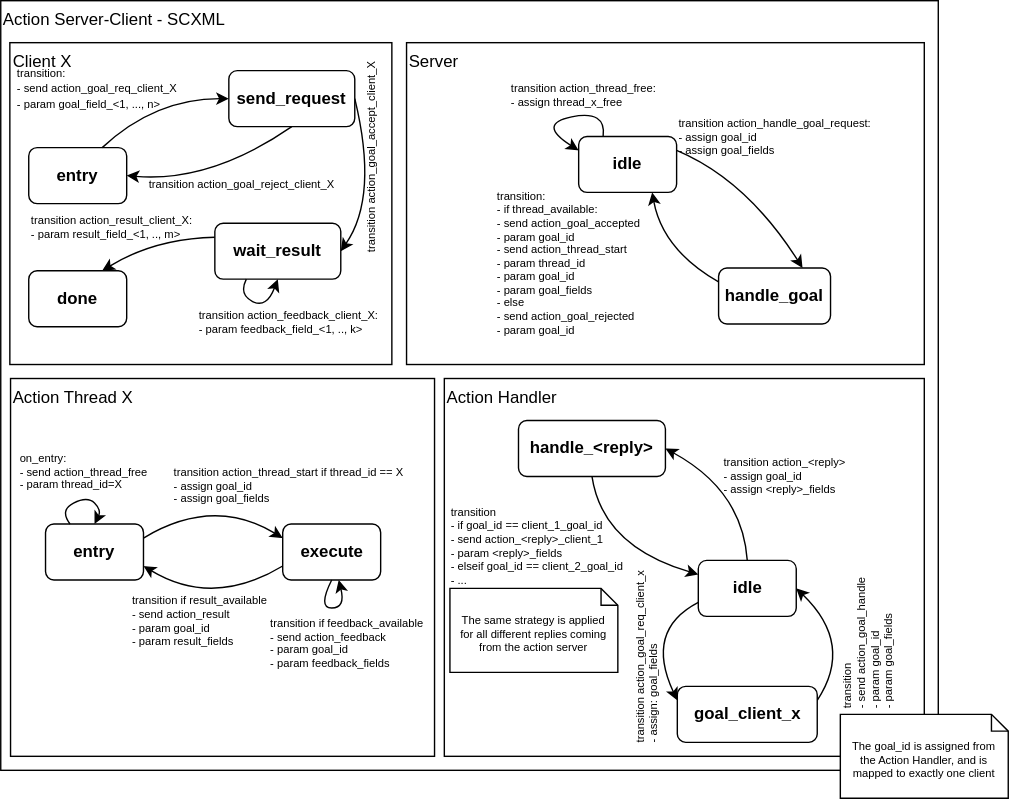
Earlier version of the draw.io export docs/source/graphics/ros_action_to_scxml.drawio.svg (convince-project/AS2FM). Source tidied: cells renumbered, new cells last; positions are measured from the earlier drawing's top-left corner, leaving out a move shared by most shapes.
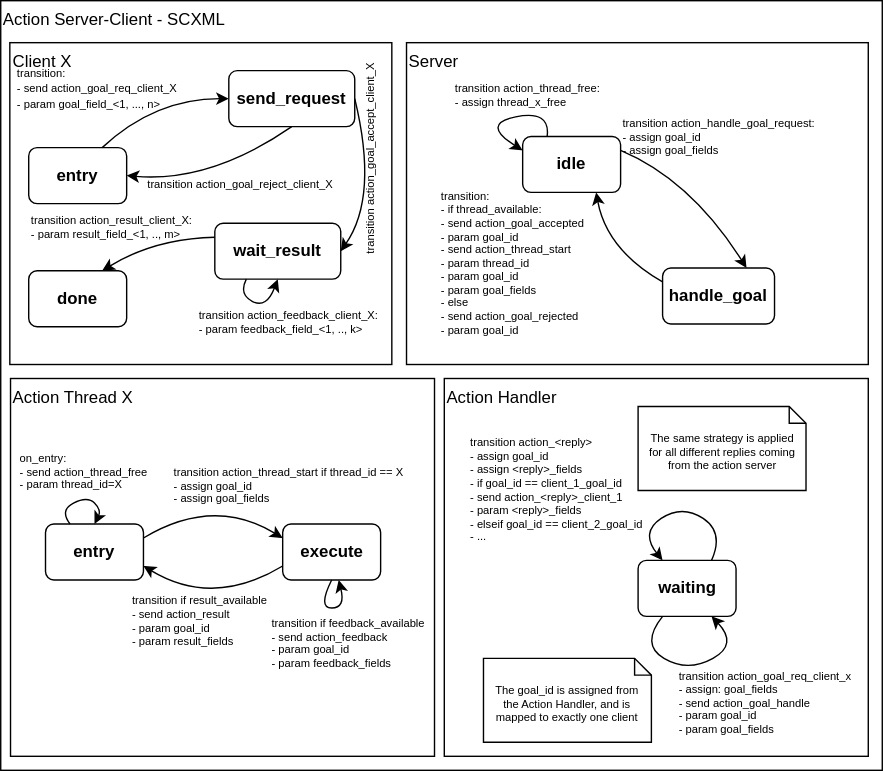
After the commit.

Commit message:
Prepare foundation for Ros Action Handler conversion

What changed in the source:
```diff
@@ -3,7 +3,7 @@
     <mxCell id="0" />
     <mxCell id="1" parent="0" />
     <mxCell id="2" value="Action Server-Client - SCXML" style="rounded=0;whiteSpace=wrap;html=1;labelPosition=center;verticalLabelPosition=middle;align=left;verticalAlign=top;" parent="1" vertex="1">
-      <mxGeometry width="670" height="550" as="geometry" />
+      <mxGeometry width="630" height="550" as="geometry" />
     </mxCell>
     <mxCell id="3" value="Action Thread X" style="rounded=0;whiteSpace=wrap;html=1;labelPosition=center;verticalLabelPosition=middle;align=left;verticalAlign=top;" parent="1" vertex="1">
       <mxGeometry x="7" y="270" width="303" height="270" as="geometry" />
@@ -41,18 +41,18 @@
       </mxGeometry>
     </mxCell>
     <mxCell id="8" value="Server" style="rounded=0;whiteSpace=wrap;html=1;labelPosition=center;verticalLabelPosition=middle;align=left;verticalAlign=top;" parent="1" vertex="1">
-      <mxGeometry x="290" y="30" width="370" height="230" as="geometry" />
+      <mxGeometry x="290" y="30" width="330" height="230" as="geometry" />
     </mxCell>
     <mxCell id="9" value="&lt;div style=&quot;text-align: left;&quot;&gt;&lt;span style=&quot;background-color: initial;&quot;&gt;transition action_handle_goal_request:&lt;/span&gt;&lt;/div&gt;&lt;div style=&quot;text-align: left;&quot;&gt;&lt;span style=&quot;background-color: initial;&quot;&gt;&amp;nbsp; - assign goal_id&lt;/span&gt;&lt;/div&gt;&lt;div style=&quot;text-align: left;&quot;&gt;&lt;span style=&quot;background-color: initial;&quot;&gt;&amp;nbsp; - assign goal_fields&lt;/span&gt;&lt;/div&gt;" style="edgeStyle=none;curved=1;html=1;exitX=1;exitY=0.25;exitDx=0;exitDy=0;entryX=0.75;entryY=0;entryDx=0;entryDy=0;labelBackgroundColor=none;fontSize=8;" parent="1" edge="1" source="10" target="24">
       <mxGeometry x="-0.16" y="36" relative="1" as="geometry">
         <Array as="points">
-          <mxPoint x="533" y="128" />
+          <mxPoint x="493" y="128" />
         </Array>
         <mxPoint x="-10" y="-11" as="offset" />
       </mxGeometry>
     </mxCell>
     <mxCell id="10" value="&lt;b&gt;idle&lt;/b&gt;" style="rounded=1;whiteSpace=wrap;html=1;align=center;" parent="1" vertex="1">
-      <mxGeometry x="413" y="97" width="70" height="40" as="geometry" />
+      <mxGeometry x="373" y="97" width="70" height="40" as="geometry" />
     </mxCell>
     <mxCell id="11" value="Client X" style="rounded=0;whiteSpace=wrap;html=1;labelPosition=center;verticalLabelPosition=middle;align=left;verticalAlign=top;" parent="1" vertex="1">
       <mxGeometry x="6.5" y="30" width="273" height="230" as="geometry" />
@@ -115,8 +115,8 @@
     <mxCell id="22" value="transition action_thread_free:&lt;br&gt;&amp;nbsp; - assign thread_x_free" style="edgeStyle=none;curved=1;html=1;exitX=0.25;exitY=0;exitDx=0;exitDy=0;entryX=0;entryY=0.25;entryDx=0;entryDy=0;labelBackgroundColor=none;fontSize=8;align=left;" parent="1" edge="1" source="10" target="10">
       <mxGeometry x="0.33" y="28" relative="1" as="geometry">
         <Array as="points">
-          <mxPoint x="433" y="78" />
-          <mxPoint x="383" y="88" />
+          <mxPoint x="393" y="78" />
+          <mxPoint x="343" y="88" />
         </Array>
         <mxPoint x="-35" y="4" as="offset" />
       </mxGeometry>
@@ -124,12 +124,12 @@
     <mxCell id="23" value="transition:&lt;br&gt;&amp;nbsp; - if thread_available:&lt;br&gt;&amp;nbsp; &amp;nbsp; - send action_goal_accepted&lt;br&gt;&amp;nbsp; &amp;nbsp; &amp;nbsp; - param goal_id&lt;br&gt;&amp;nbsp; &amp;nbsp; - send action_thread_start&lt;br&gt;&amp;nbsp; &amp;nbsp; &amp;nbsp; - param thread_id&lt;br&gt;&amp;nbsp; &amp;nbsp; &amp;nbsp; - param goal_id&lt;br&gt;&amp;nbsp; &amp;nbsp; &amp;nbsp; - param goal_fields&lt;br&gt;&amp;nbsp; - else&lt;br&gt;&amp;nbsp; &amp;nbsp; - send action_goal_rejected&lt;br&gt;&amp;nbsp; &amp;nbsp; &amp;nbsp; - param goal_id" style="edgeStyle=none;curved=1;html=1;exitX=0;exitY=0.25;exitDx=0;exitDy=0;entryX=0.75;entryY=1;entryDx=0;entryDy=0;labelBackgroundColor=none;fontSize=8;align=left;" parent="1" edge="1" source="24" target="10">
       <mxGeometry x="0.32" y="120" relative="1" as="geometry">
         <Array as="points">
-          <mxPoint x="473" y="178" />
+          <mxPoint x="433" y="178" />
         </Array>
       </mxGeometry>
     </mxCell>
     <mxCell id="24" value="&lt;b&gt;handle_goal&lt;/b&gt;" style="rounded=1;whiteSpace=wrap;html=1;align=center;" parent="1" vertex="1">
-      <mxGeometry x="513" y="191" width="80" height="40" as="geometry" />
+      <mxGeometry x="473" y="191" width="80" height="40" as="geometry" />
     </mxCell>
     <mxCell id="25" value="transition action_thread_start if thread_id == X&lt;br&gt;- assign goal_id&lt;br&gt;&lt;div style=&quot;&quot;&gt;- assign goal_fields&lt;/div&gt;" style="edgeStyle=none;curved=1;html=1;exitX=1;exitY=0.25;exitDx=0;exitDy=0;entryX=0;entryY=0.25;entryDx=0;entryDy=0;fontSize=8;align=left;verticalAlign=bottom;" parent="1" edge="1" source="26" target="29">
       <mxGeometry x="-0.53" y="7" relative="1" as="geometry">
@@ -170,53 +170,36 @@
       </mxGeometry>
     </mxCell>
     <mxCell id="31" value="Action Handler" style="rounded=0;whiteSpace=wrap;html=1;labelPosition=center;verticalLabelPosition=middle;align=left;verticalAlign=top;" parent="1" vertex="1">
-      <mxGeometry x="317" y="270" width="343" height="270" as="geometry" />
+      <mxGeometry x="317" y="270" width="303" height="270" as="geometry" />
     </mxCell>
-    <mxCell id="32" value="transition&amp;nbsp;action_goal_req_client_x&lt;br style=&quot;font-size: 8px;&quot;&gt;- assign: goal_fields" style="edgeStyle=none;html=1;exitX=0;exitY=0.75;exitDx=0;exitDy=0;entryX=0;entryY=0.25;entryDx=0;entryDy=0;curved=1;align=left;fontSize=8;horizontal=0;" parent="1" edge="1" source="34" target="36">
-      <mxGeometry x="1" y="-38" relative="1" as="geometry">
+    <mxCell id="32" value="transition&amp;nbsp;action_goal_req_client_x&lt;br style=&quot;font-size: 8px;&quot;&gt;- assign: goal_fields&lt;br&gt;- send action_goal_handle&lt;br&gt;&amp;nbsp; - param goal_id&lt;br&gt;&amp;nbsp; - param goal_fields" style="edgeStyle=none;html=1;entryX=0.75;entryY=1;entryDx=0;entryDy=0;align=left;fontSize=8;horizontal=1;exitX=0.25;exitY=1;exitDx=0;exitDy=0;curved=1;" parent="1" edge="1" source="34" target="34">
+      <mxGeometry x="-0.03" y="-23" relative="1" as="geometry">
         <Array as="points">
-          <mxPoint x="460" y="450" />
+          <mxPoint x="457" y="460" />
+          <mxPoint x="491" y="480" />
+          <mxPoint x="527" y="460" />
         </Array>
-        <mxPoint x="11" y="14" as="offset" />
+        <mxPoint x="-19" y="2" as="offset" />
       </mxGeometry>
     </mxCell>
-    <mxCell id="33" value="&lt;div style=&quot;text-align: left;&quot;&gt;&lt;span style=&quot;background-color: initial;&quot;&gt;transition action_&amp;lt;reply&amp;gt;&lt;/span&gt;&lt;/div&gt;&lt;div style=&quot;text-align: left;&quot;&gt;&lt;span style=&quot;background-color: initial;&quot;&gt;- assign goal_id&lt;/span&gt;&lt;/div&gt;&lt;div style=&quot;text-align: left;&quot;&gt;&lt;span style=&quot;background-color: initial;&quot;&gt;- assign &amp;lt;reply&amp;gt;_fields&lt;/span&gt;&lt;/div&gt;" style="edgeStyle=none;curved=1;html=1;exitX=0.5;exitY=0;exitDx=0;exitDy=0;entryX=1;entryY=0.5;entryDx=0;entryDy=0;labelBackgroundColor=none;fontSize=8;" parent="1" edge="1" source="34" target="39">
-      <mxGeometry x="-0.11" y="-32" relative="1" as="geometry">
+    <mxCell id="33" value="&lt;div style=&quot;text-align: left;&quot;&gt;&lt;span style=&quot;background-color: initial;&quot;&gt;transition action_&amp;lt;reply&amp;gt;&lt;/span&gt;&lt;/div&gt;&lt;div style=&quot;text-align: left;&quot;&gt;&lt;span style=&quot;background-color: initial;&quot;&gt;- assign goal_id&lt;/span&gt;&lt;/div&gt;&lt;div style=&quot;text-align: left;&quot;&gt;&lt;span style=&quot;background-color: initial;&quot;&gt;- assign &amp;lt;reply&amp;gt;_fields&lt;/span&gt;&lt;/div&gt;&lt;div style=&quot;text-align: left;&quot;&gt;- if goal_id == client_1_goal_id&lt;br&gt;&amp;nbsp; - send action_&amp;lt;reply&amp;gt;_client_1&lt;br&gt;&amp;nbsp; - param &amp;lt;reply&amp;gt;_fields&lt;br&gt;- elseif goal_id == client_2_goal_id&lt;br&gt;&amp;nbsp; - ...&lt;span style=&quot;background-color: initial;&quot;&gt;&lt;br&gt;&lt;/span&gt;&lt;/div&gt;" style="edgeStyle=none;curved=1;html=1;exitX=0.75;exitY=0;exitDx=0;exitDy=0;entryX=0.25;entryY=0;entryDx=0;entryDy=0;labelBackgroundColor=none;fontSize=8;" parent="1" edge="1" source="34" target="34">
+      <mxGeometry x="0.57" y="-67" relative="1" as="geometry">
         <Array as="points">
-          <mxPoint x="530" y="350" />
+          <mxPoint x="517" y="380" />
+          <mxPoint x="487" y="360" />
+          <mxPoint x="457" y="380" />
         </Array>
-        <mxPoint x="15" y="18" as="offset" />
+        <mxPoint x="-8" y="-72" as="offset" />
       </mxGeometry>
     </mxCell>
-    <mxCell id="34" value="&lt;b&gt;idle&lt;/b&gt;" style="rounded=1;whiteSpace=wrap;html=1;align=center;" parent="1" vertex="1">
-      <mxGeometry x="498.5" y="400" width="70" height="40" as="geometry" />
+    <mxCell id="34" value="&lt;b&gt;waiting&lt;/b&gt;" style="rounded=1;whiteSpace=wrap;html=1;align=center;" parent="1" vertex="1">
+      <mxGeometry x="455.5" y="400" width="70" height="40" as="geometry" />
     </mxCell>
-    <mxCell id="35" value="&lt;div style=&quot;text-align: left;&quot;&gt;transition&lt;/div&gt;&lt;div style=&quot;text-align: left;&quot;&gt;- send action_goal_handle&lt;/div&gt;&lt;div style=&quot;text-align: left;&quot;&gt;&amp;nbsp; - param goal_id&lt;/div&gt;&lt;div style=&quot;text-align: left;&quot;&gt;&amp;nbsp; - param goal_fields&lt;/div&gt;" style="edgeStyle=none;curved=1;html=1;exitX=1;exitY=0.25;exitDx=0;exitDy=0;entryX=1;entryY=0.5;entryDx=0;entryDy=0;fontSize=8;labelBackgroundColor=none;horizontal=0;" parent="1" edge="1" source="36" target="34">
-      <mxGeometry x="-0.09" y="-10" relative="1" as="geometry">
-        <Array as="points">
-          <mxPoint x="610" y="460" />
-        </Array>
-        <mxPoint x="3" y="7" as="offset" />
-      </mxGeometry>
-    </mxCell>
-    <mxCell id="36" value="&lt;b&gt;goal_client_x&lt;/b&gt;" style="rounded=1;whiteSpace=wrap;html=1;align=center;" parent="1" vertex="1">
-      <mxGeometry x="483.5" y="490" width="100" height="40" as="geometry" />
-    </mxCell>
     <mxCell id="37" value="The goal_id is assigned from the Action Handler, and is mapped to exactly one client" style="shape=note2;boundedLbl=1;whiteSpace=wrap;html=1;size=12;verticalAlign=top;align=center;fontSize=8;spacingLeft=3;spacingRight=3;" parent="1" vertex="1">
-      <mxGeometry x="600" y="510" width="120" height="60" as="geometry" />
+      <mxGeometry x="345" y="470" width="120" height="60" as="geometry" />
     </mxCell>
-    <mxCell id="38" value="transition&lt;br&gt;- if goal_id == client_1_goal_id&lt;br&gt;&amp;nbsp; - send action_&amp;lt;reply&amp;gt;_client_1&lt;br&gt;&amp;nbsp; - param &amp;lt;reply&amp;gt;_fields&lt;br&gt;- elseif goal_id == client_2_goal_id&lt;br&gt;&amp;nbsp; - ..." style="edgeStyle=none;curved=1;html=1;exitX=0.5;exitY=1;exitDx=0;exitDy=0;entryX=0;entryY=0.25;entryDx=0;entryDy=0;labelBackgroundColor=none;fontSize=8;align=left;" parent="1" edge="1" source="39" target="34">
-      <mxGeometry x="-0.44" y="-109" relative="1" as="geometry">
-        <Array as="points">
-          <mxPoint x="430" y="390" />
-        </Array>
-      </mxGeometry>
-    </mxCell>
-    <mxCell id="39" value="&lt;b&gt;handle_&amp;lt;reply&amp;gt;&lt;/b&gt;" style="rounded=1;whiteSpace=wrap;html=1;align=center;" parent="1" vertex="1">
-      <mxGeometry x="370" y="300" width="105" height="40" as="geometry" />
-    </mxCell>
     <mxCell id="40" value="The same strategy is applied for all different replies coming from the action server" style="shape=note2;boundedLbl=1;whiteSpace=wrap;html=1;size=12;verticalAlign=top;align=center;fontSize=8;spacingLeft=3;spacingRight=3;" parent="1" vertex="1">
-      <mxGeometry x="321" y="420" width="120" height="60" as="geometry" />
+      <mxGeometry x="455.5" y="290" width="120" height="60" as="geometry" />
     </mxCell>
   </root>
 </mxGraphModel>
```
